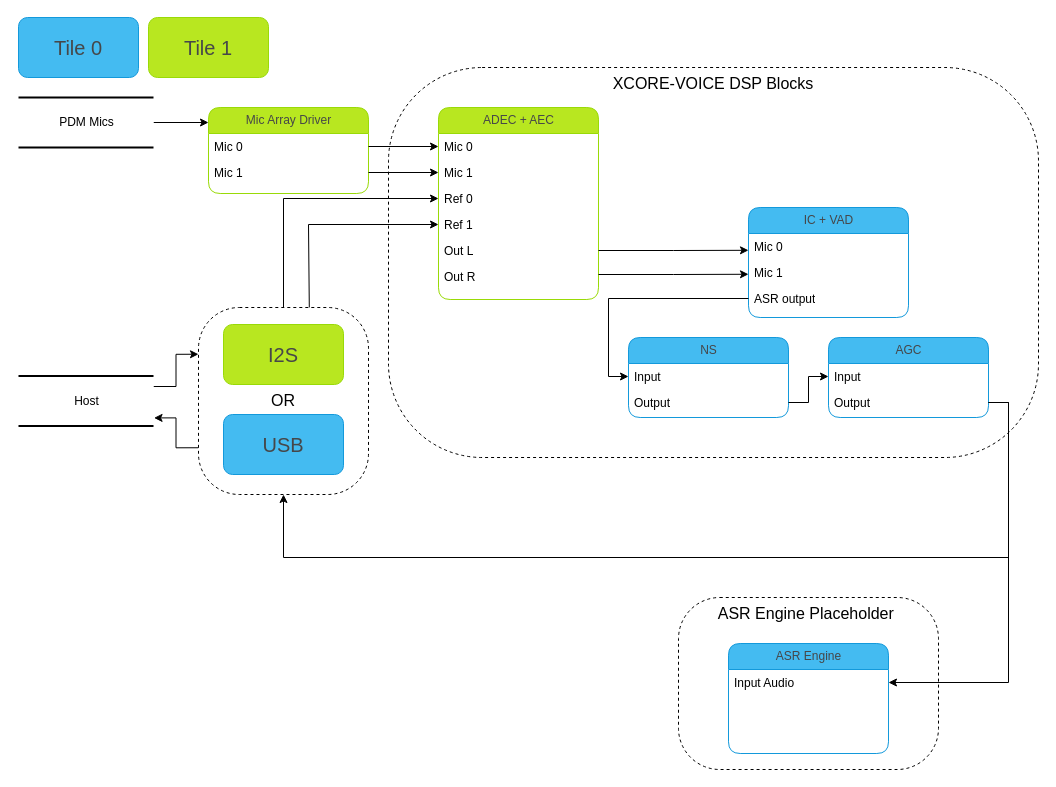
The draw.io diagram doc/programming_guide/ffva/diagrams/ffva_diagram.drawio in xmos/sln_voice, before the edit. Source tidied: cells renumbered, new cells numbered last; positions are measured from the earlier drawing's top-left corner, leaving out a move shared by most shapes. Both pictures are drawn from the tidied source at 100%, with x=0, y=0 at pixel (18, 17).
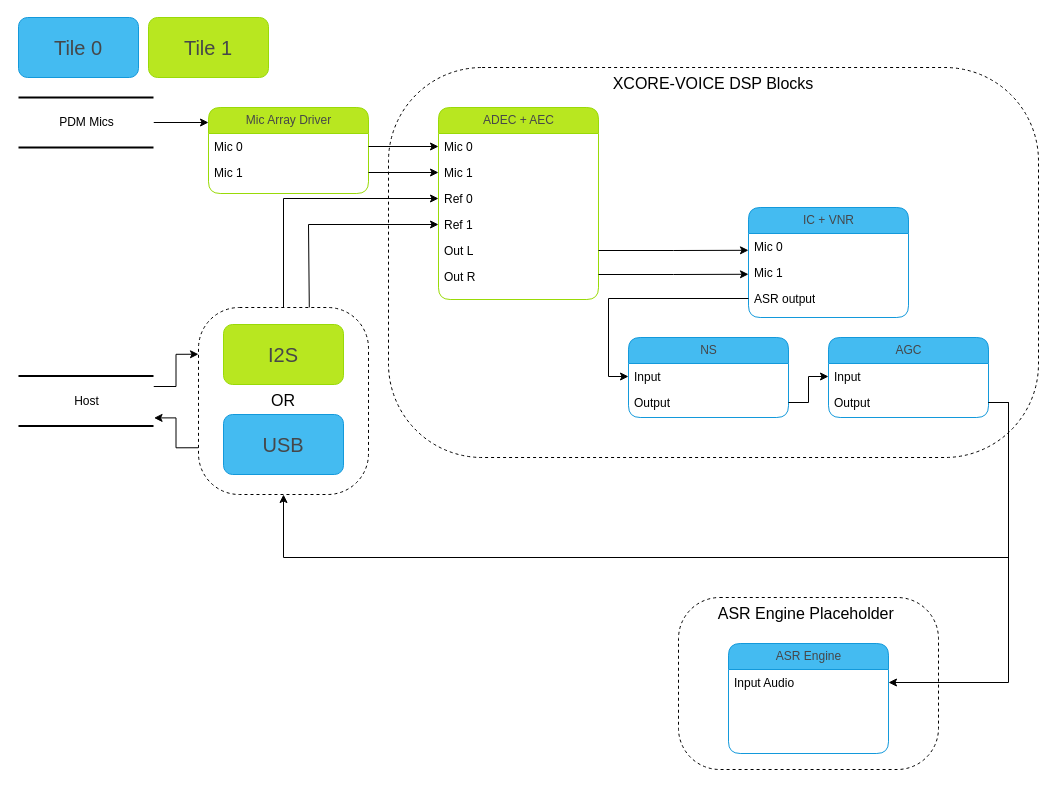
The same diagram, later.

Commit message (it also covers changes not shown here):
changed VAD to VNR in diagrams

Diff of the diagram source:
```diff
@@
-    <mxCell id="4" value="IC + VAD" style="swimlane;html=1;fontStyle=0;horizontal=1;startSize=26;fillColor=#44BBF1;swimlaneFillColor=#ffffff;align=center;rounded=1;shadow=0;comic=0;labelBackgroundColor=none;strokeWidth=1;fontFamily=Arial Nova Light;fontSize=12;strokeColor=#1399DB;fontColor=#464749;" parent="1" vertex="1">
+    <mxCell id="4" value="IC + VNR" style="swimlane;html=1;fontStyle=0;horizontal=1;startSize=26;fillColor=#44BBF1;swimlaneFillColor=#ffffff;align=center;rounded=1;shadow=0;comic=0;labelBackgroundColor=none;strokeWidth=1;fontFamily=Arial Nova Light;fontSize=12;strokeColor=#1399DB;fontColor=#464749;" parent="1" vertex="1">
       <mxGeometry x="730" y="190" width="160" height="110" as="geometry" />
     </mxCell>
```
